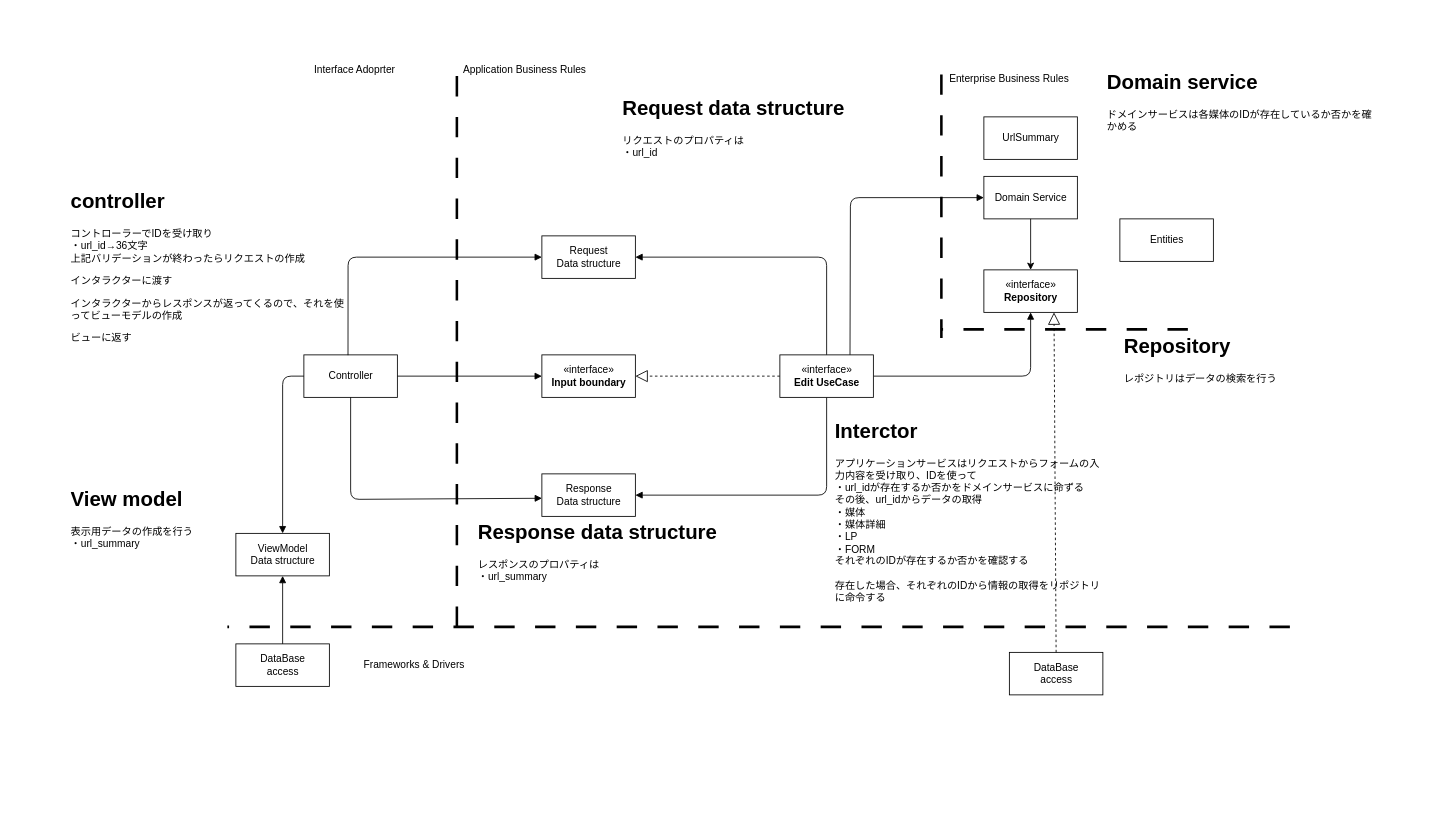
Before: drawio/adas/url/deleteIndex.dio in takashiraki/github_image, a draw.io diagram. Source tidied: cells renumbered, new cells numbered last; positions are measured from the earlier drawing's top-left corner, leaving out a move shared by most shapes. Both pictures are drawn from the tidied source at 85%, with x=0, y=0 at pixel (14, 14).
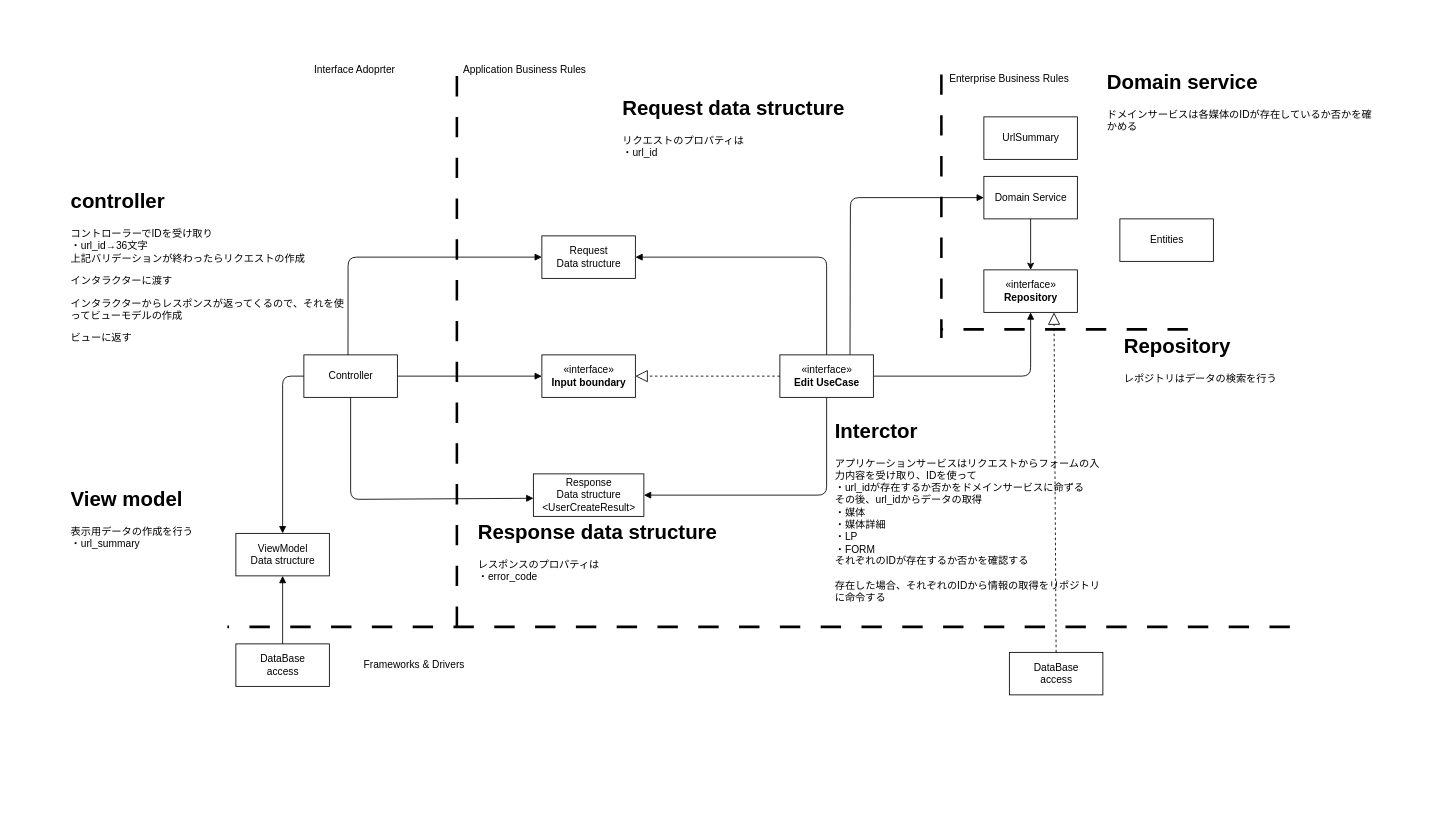
The same diagram, later.

Commit message (it also covers changes not shown here):
recreate graph of edit url index

Diff of the diagram source:
```diff
@@
-    <mxCell id="6" value="Response&lt;br&gt;Data structure" style="html=1;" parent="1" vertex="1">
-      <mxGeometry x="620" y="540" width="110" height="50" as="geometry" />
+    <mxCell id="6" value="Response&lt;br&gt;Data structure&lt;br&gt;&amp;lt;UserCreateResult&amp;gt;" style="html=1;" parent="1" vertex="1">
+      <mxGeometry x="610" y="540" width="130" height="50" as="geometry" />
     </mxCell>
@@
-    <mxCell id="34" value="&lt;h1&gt;Response data structure&lt;/h1&gt;&lt;div&gt;レスポンスのプロパティは&lt;/div&gt;&lt;div&gt;・url_summary&lt;/div&gt;" style="text;html=1;strokeColor=none;fillColor=none;spacing=5;spacingTop=-20;whiteSpace=wrap;overflow=hidden;rounded=0;" parent="1" vertex="1">
+    <mxCell id="34" value="&lt;h1&gt;Response data structure&lt;/h1&gt;&lt;div&gt;レスポンスのプロパティは&lt;/div&gt;&lt;div&gt;・error_code&lt;/div&gt;" style="text;html=1;strokeColor=none;fillColor=none;spacing=5;spacingTop=-20;whiteSpace=wrap;overflow=hidden;rounded=0;" parent="1" vertex="1">
       <mxGeometry x="540" y="589" width="310" height="121" as="geometry" />
     </mxCell>
```
